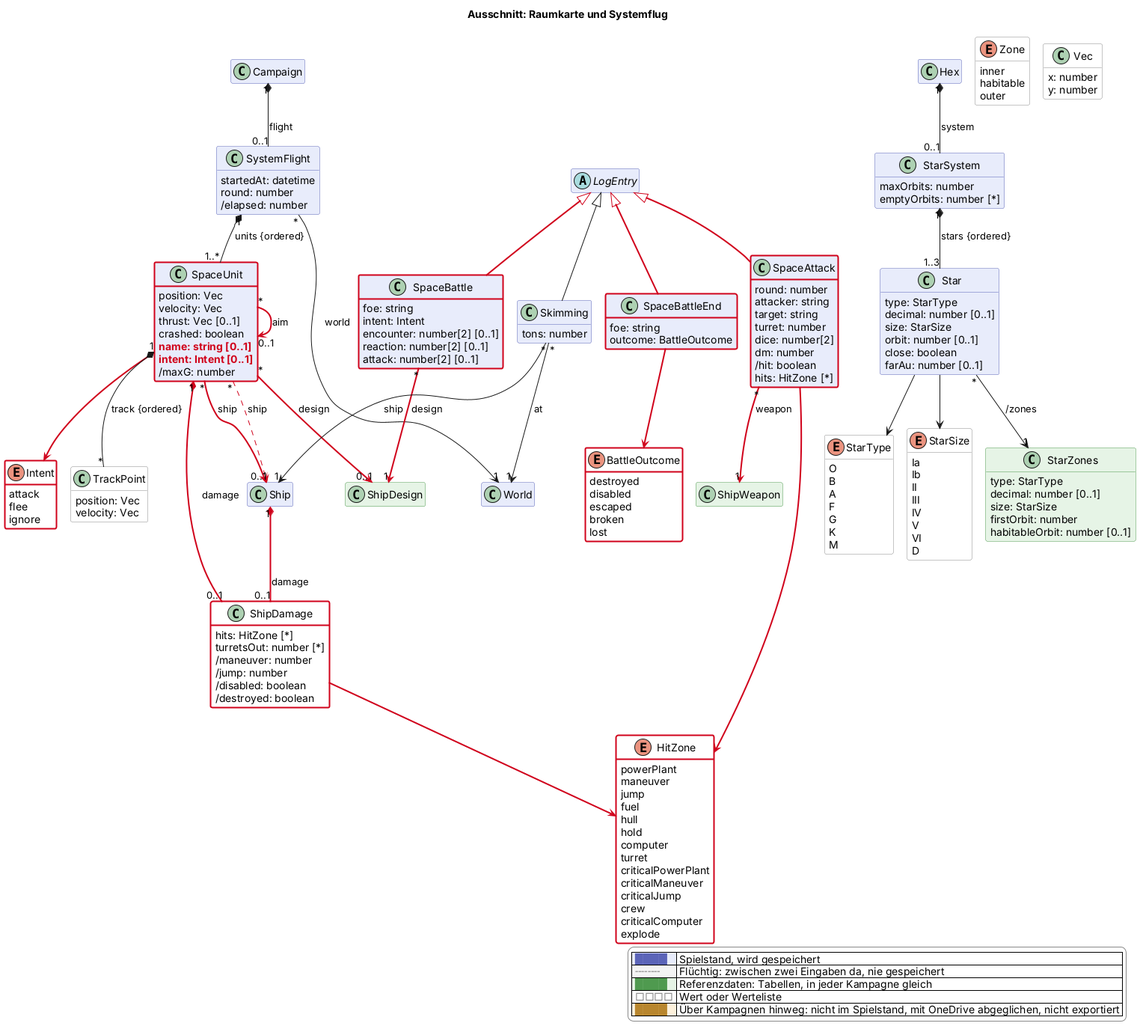
Earlier version of the PlantUML export docs/views/raum.png (scuzzar/SRE).
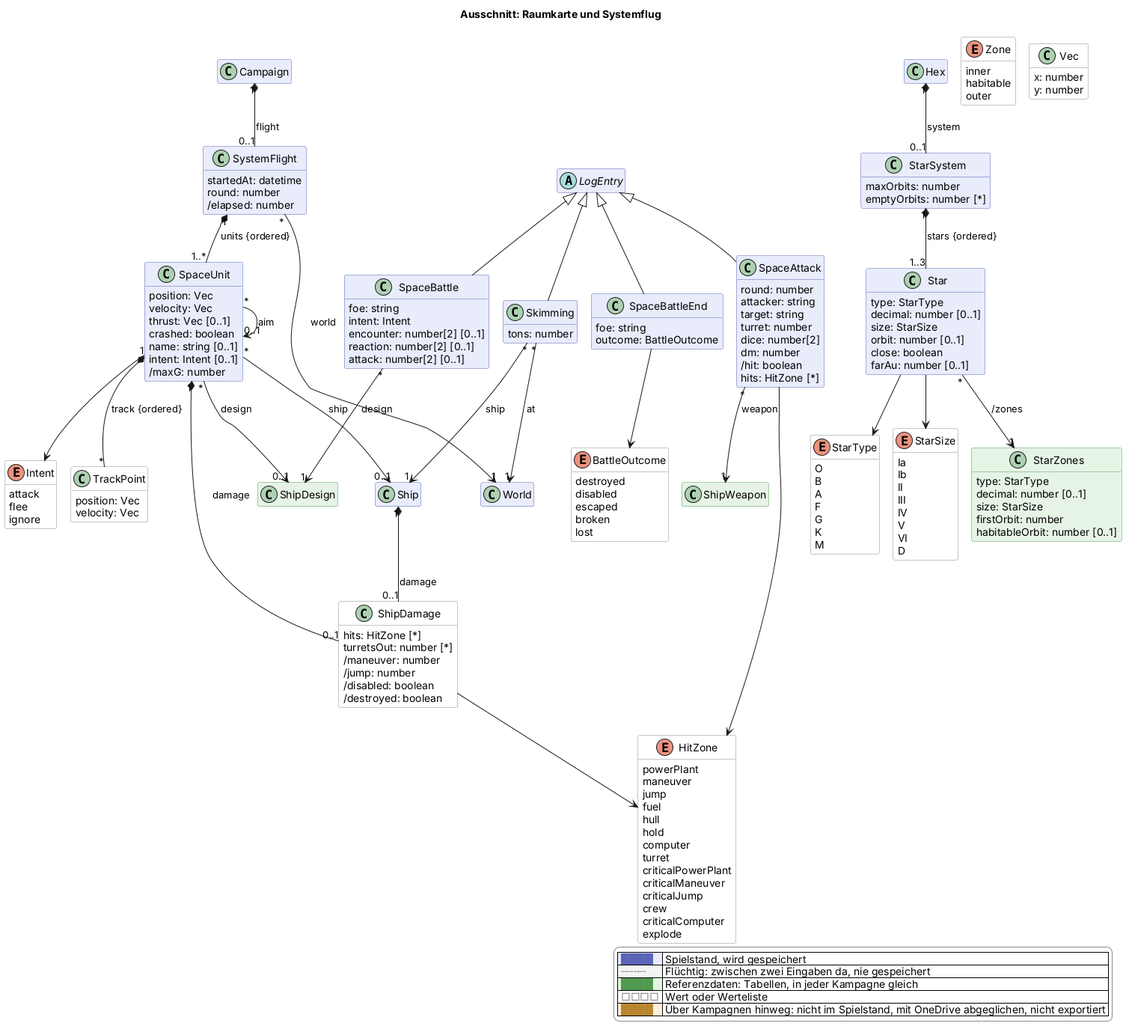
Above is the later version.

Diff of the diagram source:
```diff
@@ -126,7 +126,7 @@
   class Skimming $raum {
     tons: number
   }
-  class ShipDamage <<value>> $raum $newClass("2026-11-21d") {
+  class ShipDamage <<value>> $raum {
     hits: HitZone [*]
     turretsOut: number [*]
     /maneuver: number
@@ -134,7 +134,7 @@
     /disabled: boolean
     /destroyed: boolean
   }
-  enum HitZone <<value>> $raum $newClass("2026-11-21d") {
+  enum HitZone <<value>> $raum {
     powerPlant
     maneuver
     jump
@@ -150,19 +150,19 @@
     criticalComputer
     explode
   }
-  enum Intent <<value>> $raum $newClass("2026-11-21d") {
+  enum Intent <<value>> $raum {
     attack
     flee
     ignore
   }
-  class SpaceBattle $raum $newClass("2026-11-21d") {
+  class SpaceBattle $raum {
     foe: string
     intent: Intent
     encounter: number[2] [0..1]
     reaction: number[2] [0..1]
     attack: number[2] [0..1]
   }
-  class SpaceAttack $raum $newClass("2026-11-21d") {
+  class SpaceAttack $raum {
     round: number
     attacker: string
     target: string
@@ -172,11 +172,11 @@
     /hit: boolean
     hits: HitZone [*]
   }
-  class SpaceBattleEnd $raum $newClass("2026-11-21d") {
+  class SpaceBattleEnd $raum {
     foe: string
     outcome: BattleOutcome
   }
-  enum BattleOutcome <<value>> $raum $newClass("2026-11-21d") {
+  enum BattleOutcome <<value>> $raum {
     destroyed
     disabled
     escaped
@@ -188,8 +188,8 @@
     velocity: Vec
     thrust: Vec [0..1]
     crashed: boolean
-    $new("2026-11-21d", "name: string [0..1]")
-    $new("2026-11-21d", "intent: Intent [0..1]")
+    name: string [0..1]
+    intent: Intent [0..1]
     /maxG: number
   }
   class TrackPoint <<value>> $raum {
@@ -216,21 +216,20 @@
 Campaign "1" *-- "0..1" SystemFlight : flight
 SystemFlight "*" --> "1" World : world
 SystemFlight "1" *-- "1..*" SpaceUnit : units {ordered}
-SpaceUnit "*" -$goneArrow("2026-11-21d")-> "1" Ship : ship
-SpaceUnit "*" -$newArrow("2026-11-21d")-> "0..1" Ship : ship
-SpaceUnit "*" -$newArrow("2026-11-21d")-> "0..1" ShipDesign : design
-SpaceUnit "1" *-$newArrow("2026-11-21d")- "0..1" ShipDamage : damage
-SpaceUnit "*" -$newArrow("2026-11-21d")-> "0..1" SpaceUnit : aim
-Ship "1" *-$newArrow("2026-11-21d")- "0..1" ShipDamage : damage
-ShipDamage -$newArrow("2026-11-21d")-> HitZone
-SpaceUnit -$newArrow("2026-11-21d")-> Intent
-LogEntry <|-$newArrow("2026-11-21d")- SpaceBattle
-LogEntry <|-$newArrow("2026-11-21d")- SpaceAttack
-LogEntry <|-$newArrow("2026-11-21d")- SpaceBattleEnd
-SpaceBattle "*" -$newArrow("2026-11-21d")-> "1" ShipDesign : design
-SpaceAttack "*" -$newArrow("2026-11-21d")-> "1" ShipWeapon : weapon
-SpaceAttack -$newArrow("2026-11-21d")-> HitZone
-SpaceBattleEnd -$newArrow("2026-11-21d")-> BattleOutcome
+SpaceUnit "*" --> "0..1" Ship : ship
+SpaceUnit "*" --> "0..1" ShipDesign : design
+SpaceUnit "1" *-- "0..1" ShipDamage : damage
+SpaceUnit "*" --> "0..1" SpaceUnit : aim
+Ship "1" *-- "0..1" ShipDamage : damage
+ShipDamage --> HitZone
+SpaceUnit --> Intent
+LogEntry <|-- SpaceBattle
+LogEntry <|-- SpaceAttack
+LogEntry <|-- SpaceBattleEnd
+SpaceBattle "*" --> "1" ShipDesign : design
+SpaceAttack "*" --> "1" ShipWeapon : weapon
+SpaceAttack --> HitZone
+SpaceBattleEnd --> BattleOutcome
 SpaceUnit "1" *-- "*" TrackPoint : track {ordered}
 LogEntry <|-- Skimming
 Skimming "*" --> "1" World : at
@@ -260,5 +259,4 @@
   |<#ffffff> <color:#8a8a8a>□□□□</color> | Wert oder Werteliste |
   |<#fdf1dc> <color:#b8862e>████</color> | Über Kampagnen hinweg: nicht im Spielstand, mit OneDrive abgeglichen, nicht exportiert |
 endlegend
-class SpaceUnit #line:d0021b;line.bold
 @enduml
```
